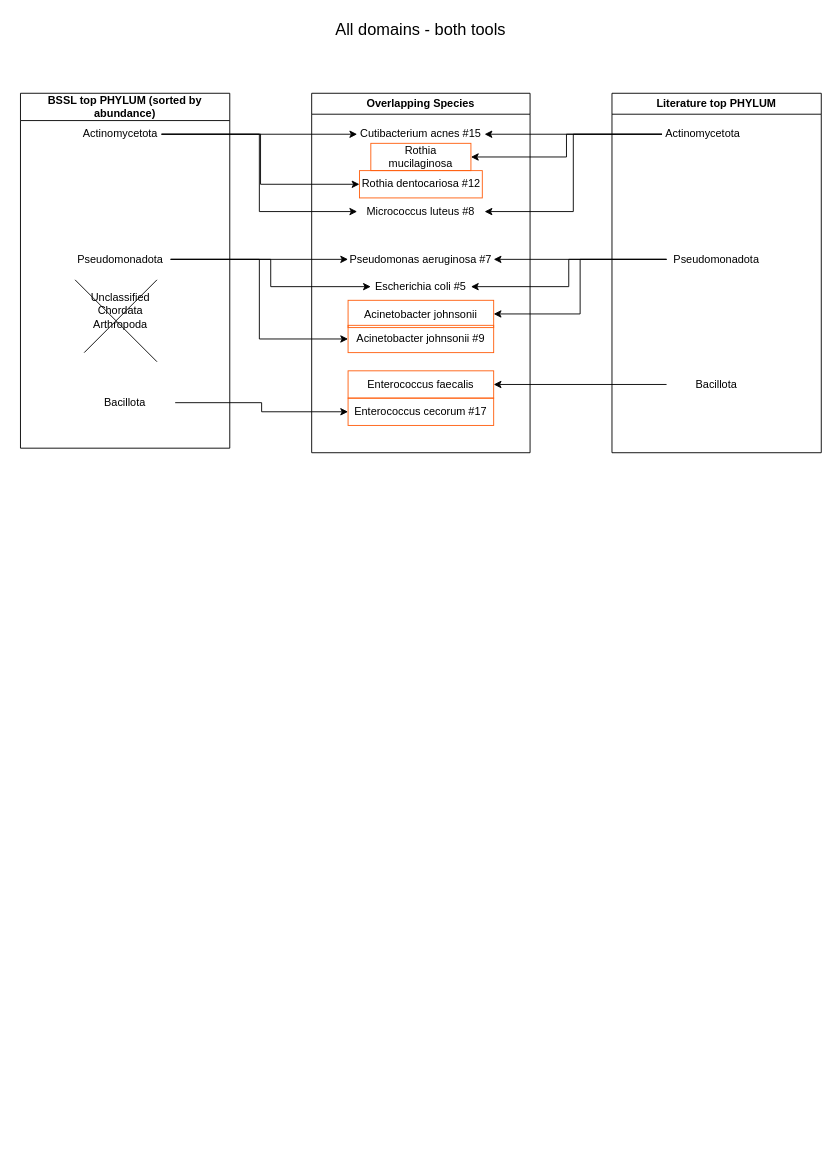
Earlier version of the draw.io diagram page "Page-4" (4 of 4) of mag_flowchart_analysis.drawio (IceGreb/diagrams). Source tidied: cells renumbered, new cells numbered last; positions are measured from the earlier drawing's top-left corner, leaving out a move shared by most shapes. Both pictures are drawn from the tidied source at 91%, with x=0, y=0 at pixel (20, 15).
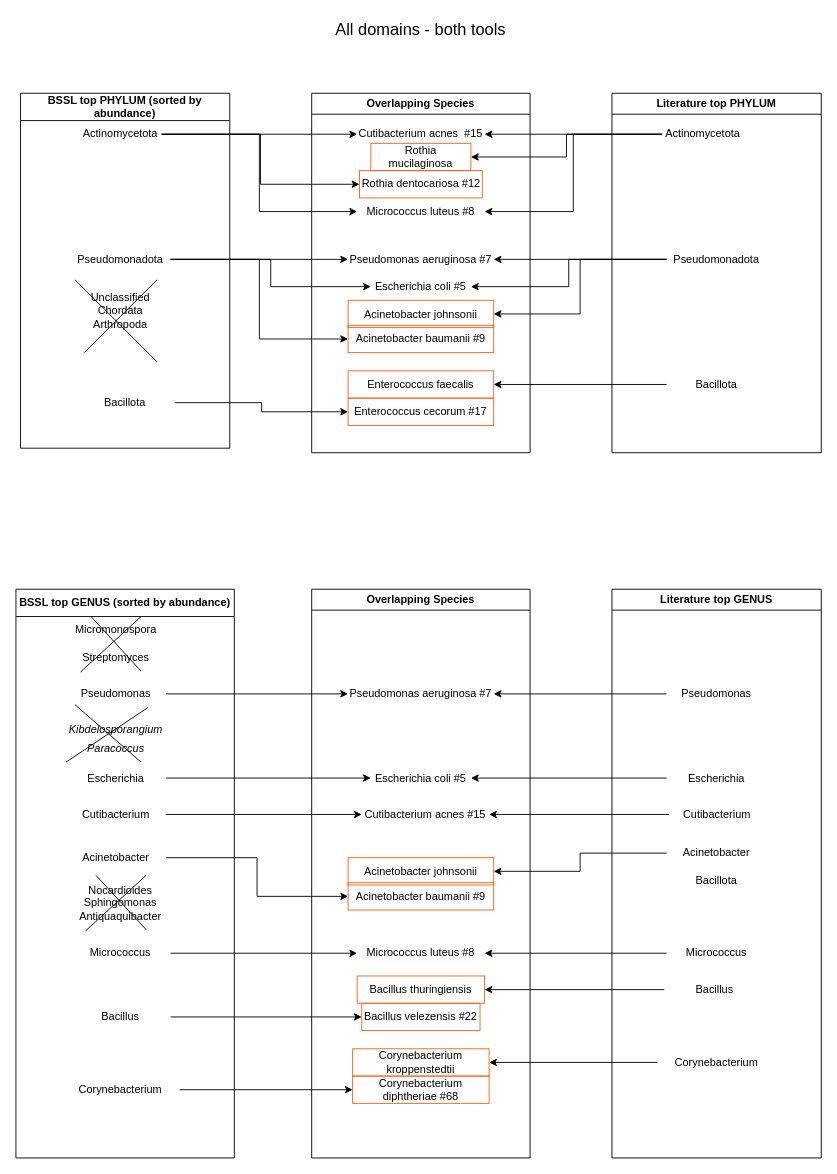
Above is the later version.

Unchanged cells that the change refers to:
```xml
<mxCell id="13" value="Overlapping Species" style="swimlane;whiteSpace=wrap;html=1;" parent="1" vertex="1">
  <mxGeometry x="320" y="85" width="240" height="395" as="geometry" />
</mxCell>
```

Change to the diagram source:
```diff
@@
-    <mxCell id="17" value="Cutibacterium acnes #15" style="text;html=1;whiteSpace=wrap;strokeColor=none;fillColor=none;align=center;verticalAlign=middle;rounded=0;" parent="13" vertex="1">
+    <mxCell id="17" value="Cutibacterium acnes&amp;nbsp; #15" style="text;html=1;whiteSpace=wrap;strokeColor=none;fillColor=none;align=center;verticalAlign=middle;rounded=0;" parent="13" vertex="1">
       <mxGeometry x="50" y="30" width="140" height="30" as="geometry" />
     </mxCell>
@@
-    <mxCell id="21" value="Acinetobacter johnsonii #9" style="text;html=1;whiteSpace=wrap;strokeColor=#FF5F0F;fillColor=none;align=center;verticalAlign=middle;rounded=0;" parent="13" vertex="1">
+    <mxCell id="21" value="Acinetobacter baumanii #9" style="text;html=1;whiteSpace=wrap;strokeColor=#FF5F0F;fillColor=none;align=center;verticalAlign=middle;rounded=0;" parent="13" vertex="1">
       <mxGeometry x="40" y="255" width="160" height="30" as="geometry" />
     </mxCell>
@@
+    <mxCell id="39" value="BSSL top GENUS (sorted by abundance)" style="swimlane;whiteSpace=wrap;html=1;startSize=30;" parent="1" vertex="1">
+      <mxGeometry x="-5" y="630" width="240" height="625" as="geometry" />
+    </mxCell>
+    <mxCell id="40" value="Micromonospora" style="text;html=1;whiteSpace=wrap;strokeColor=none;fillColor=none;align=center;verticalAlign=middle;rounded=0;" parent="39" vertex="1">
+      <mxGeometry x="65" y="30" width="90" height="30" as="geometry" />
+    </mxCell>
+    <mxCell id="41" value="Pseudomonas" style="text;html=1;whiteSpace=wrap;strokeColor=none;fillColor=none;align=center;verticalAlign=middle;rounded=0;" parent="39" vertex="1">
+      <mxGeometry x="55" y="100" width="110" height="30" as="geometry" />
+    </mxCell>
+    <mxCell id="42" value="Micrococcus" style="text;html=1;whiteSpace=wrap;strokeColor=none;fillColor=none;align=center;verticalAlign=middle;rounded=0;" parent="39" vertex="1">
+      <mxGeometry x="60" y="385" width="110" height="30" as="geometry" />
+    </mxCell>
+    <mxCell id="43" value="&lt;div&gt;Nocardioides&lt;/div&gt;&lt;div&gt;Sphingomonas&lt;/div&gt;&lt;div&gt;Antiquaquibacter&lt;/div&gt;" style="text;html=1;whiteSpace=wrap;strokeColor=none;fillColor=none;align=center;verticalAlign=middle;rounded=0;" parent="39" vertex="1">
+      <mxGeometry x="55" y="320" width="120" height="50" as="geometry" />
+    </mxCell>
+    <mxCell id="44" style="endArrow=none;html=1;rounded=0;exitX=0;exitY=1;exitDx=0;exitDy=0;" parent="39" edge="1" source="50">
+      <mxGeometry relative="1" as="geometry">
+        <mxPoint x="145" y="130" as="targetPoint" />
+      </mxGeometry>
+    </mxCell>
+    <mxCell id="45" style="endArrow=none;html=1;rounded=0;exitX=0.75;exitY=1;exitDx=0;exitDy=0;" parent="39" edge="1" source="50">
+      <mxGeometry relative="1" as="geometry">
+        <mxPoint x="65" y="127" as="targetPoint" />
+      </mxGeometry>
+    </mxCell>
+    <mxCell id="46" style="endArrow=none;html=1;rounded=0;exitX=0.145;exitY=1.033;exitDx=0;exitDy=0;exitPerimeter=0;" parent="39" edge="1" source="48">
+      <mxGeometry relative="1" as="geometry">
+        <mxPoint x="137.5" y="30" as="targetPoint" />
+      </mxGeometry>
+    </mxCell>
+    <mxCell id="47" style="endArrow=none;html=1;rounded=0;exitX=0.75;exitY=1;exitDx=0;exitDy=0;" parent="39" edge="1" source="48">
+      <mxGeometry relative="1" as="geometry">
+        <mxPoint x="82.5" y="30" as="targetPoint" />
+      </mxGeometry>
+    </mxCell>
+    <mxCell id="48" value="Streptomyces" style="text;html=1;whiteSpace=wrap;strokeColor=none;fillColor=none;align=center;verticalAlign=middle;rounded=0;" parent="39" vertex="1">
+      <mxGeometry x="55" y="60" width="110" height="30" as="geometry" />
+    </mxCell>
+    <mxCell id="49" value="&lt;i&gt;Kibdelosporangium&lt;/i&gt;" style="text;html=1;whiteSpace=wrap;strokeColor=none;fillColor=none;align=center;verticalAlign=middle;rounded=0;" parent="39" vertex="1">
+      <mxGeometry x="55" y="140" width="110" height="30" as="geometry" />
+    </mxCell>
+    <mxCell id="50" value="&lt;i&gt;Paracoccus&lt;/i&gt;" style="text;html=1;whiteSpace=wrap;strokeColor=none;fillColor=none;align=center;verticalAlign=middle;rounded=0;" parent="39" vertex="1">
+      <mxGeometry x="55" y="160" width="110" height="30" as="geometry" />
+    </mxCell>
+    <mxCell id="51" value="Escherichia" style="text;html=1;whiteSpace=wrap;strokeColor=none;fillColor=none;align=center;verticalAlign=middle;rounded=0;" parent="39" vertex="1">
+      <mxGeometry x="55" y="192.5" width="110" height="30" as="geometry" />
+    </mxCell>
+    <mxCell id="52" value="Cutibacterium" style="text;html=1;whiteSpace=wrap;strokeColor=none;fillColor=none;align=center;verticalAlign=middle;rounded=0;" parent="39" vertex="1">
+      <mxGeometry x="55" y="232.5" width="110" height="30" as="geometry" />
+    </mxCell>
+    <mxCell id="53" value="Acinetobacter" style="text;html=1;whiteSpace=wrap;strokeColor=none;fillColor=none;align=center;verticalAlign=middle;rounded=0;" parent="39" vertex="1">
+      <mxGeometry x="55" y="280" width="110" height="30" as="geometry" />
+    </mxCell>
+    <mxCell id="54" style="endArrow=none;html=1;rounded=0;exitX=0.75;exitY=1;exitDx=0;exitDy=0;" parent="39" edge="1">
+      <mxGeometry relative="1" as="geometry">
+        <mxPoint x="143.5" y="374.5" as="sourcePoint" />
+        <mxPoint x="88" y="314.5" as="targetPoint" />
+      </mxGeometry>
+    </mxCell>
+    <mxCell id="55" style="endArrow=none;html=1;rounded=0;exitX=0.145;exitY=1.033;exitDx=0;exitDy=0;exitPerimeter=0;" parent="39" edge="1">
+      <mxGeometry relative="1" as="geometry">
+        <mxPoint x="76.5" y="375.5" as="sourcePoint" />
+        <mxPoint x="143" y="314.5" as="targetPoint" />
+      </mxGeometry>
+    </mxCell>
+    <mxCell id="56" value="Bacillus" style="text;html=1;whiteSpace=wrap;strokeColor=none;fillColor=none;align=center;verticalAlign=middle;rounded=0;" parent="39" vertex="1">
+      <mxGeometry x="60" y="455" width="110" height="30" as="geometry" />
+    </mxCell>
+    <mxCell id="57" value="Corynebacterium" style="text;html=1;whiteSpace=wrap;strokeColor=none;fillColor=none;align=center;verticalAlign=middle;rounded=0;" parent="39" vertex="1">
+      <mxGeometry x="50" y="535" width="130" height="30" as="geometry" />
+    </mxCell>
+    <mxCell id="58" value="Overlapping Species" style="swimlane;whiteSpace=wrap;html=1;" parent="1" vertex="1">
+      <mxGeometry x="320" y="630" width="240" height="625" as="geometry" />
+    </mxCell>
+    <mxCell id="59" value="Pseudomonas aeruginosa #7" style="text;html=1;whiteSpace=wrap;strokeColor=none;fillColor=none;align=center;verticalAlign=middle;rounded=0;" parent="58" vertex="1">
+      <mxGeometry x="40" y="100" width="160" height="30" as="geometry" />
+    </mxCell>
+    <mxCell id="60" value="Escherichia coli #5" style="text;html=1;whiteSpace=wrap;strokeColor=none;fillColor=none;align=center;verticalAlign=middle;rounded=0;" parent="58" vertex="1">
+      <mxGeometry x="65" y="192.5" width="110" height="30" as="geometry" />
+    </mxCell>
+    <mxCell id="61" value="Acinetobacter johnsonii" style="text;html=1;whiteSpace=wrap;strokeColor=#FF5F0F;fillColor=none;align=center;verticalAlign=middle;rounded=0;" parent="58" vertex="1">
+      <mxGeometry x="40" y="295" width="160" height="30" as="geometry" />
+    </mxCell>
+    <mxCell id="62" value="Acinetobacter baumanii #9" style="text;html=1;whiteSpace=wrap;strokeColor=#FF5F0F;fillColor=none;align=center;verticalAlign=middle;rounded=0;" parent="58" vertex="1">
+      <mxGeometry x="40" y="322.5" width="160" height="30" as="geometry" />
+    </mxCell>
+    <mxCell id="63" value="Cutibacterium acnes #15" style="text;html=1;whiteSpace=wrap;strokeColor=none;fillColor=none;align=center;verticalAlign=middle;rounded=0;" parent="58" vertex="1">
+      <mxGeometry x="55" y="232.5" width="140" height="30" as="geometry" />
+    </mxCell>
+    <mxCell id="64" value="Micrococcus luteus #8" style="text;html=1;whiteSpace=wrap;strokeColor=none;fillColor=none;align=center;verticalAlign=middle;rounded=0;" parent="58" vertex="1">
+      <mxGeometry x="50" y="385" width="140" height="30" as="geometry" />
+    </mxCell>
+    <mxCell id="65" value="Bacillus thuringiensis" style="text;html=1;whiteSpace=wrap;strokeColor=#FF5F0F;fillColor=none;align=center;verticalAlign=middle;rounded=0;" parent="58" vertex="1">
+      <mxGeometry x="50" y="425" width="140" height="30" as="geometry" />
+    </mxCell>
+    <mxCell id="66" value="Bacillus velezensis #22" style="text;html=1;whiteSpace=wrap;strokeColor=#FF5F0F;fillColor=none;align=center;verticalAlign=middle;rounded=0;" parent="58" vertex="1">
+      <mxGeometry x="55" y="455" width="130" height="30" as="geometry" />
+    </mxCell>
+    <mxCell id="67" value="Corynebacterium kroppenstedtii" style="text;html=1;whiteSpace=wrap;strokeColor=#FF5F0F;fillColor=none;align=center;verticalAlign=middle;rounded=0;" parent="58" vertex="1">
+      <mxGeometry x="45" y="505" width="150" height="30" as="geometry" />
+    </mxCell>
+    <mxCell id="68" value="Corynebacterium diphtheriae #68" style="text;html=1;whiteSpace=wrap;strokeColor=#FF5F0F;fillColor=none;align=center;verticalAlign=middle;rounded=0;" parent="58" vertex="1">
+      <mxGeometry x="45" y="535" width="150" height="30" as="geometry" />
+    </mxCell>
+    <mxCell id="69" value="Literature top GENUS" style="swimlane;whiteSpace=wrap;html=1;" parent="1" vertex="1">
+      <mxGeometry x="650" y="630" width="230" height="625" as="geometry" />
+    </mxCell>
+    <mxCell id="70" value="Pseudomonas" style="text;html=1;whiteSpace=wrap;strokeColor=none;fillColor=none;align=center;verticalAlign=middle;rounded=0;" parent="69" vertex="1">
+      <mxGeometry x="60" y="100" width="110" height="30" as="geometry" />
+    </mxCell>
+    <mxCell id="71" value="Bacillota" style="text;html=1;whiteSpace=wrap;strokeColor=none;fillColor=none;align=center;verticalAlign=middle;rounded=0;" parent="69" vertex="1">
+      <mxGeometry x="60" y="305" width="110" height="30" as="geometry" />
+    </mxCell>
+    <mxCell id="72" value="Escherichia" style="text;html=1;whiteSpace=wrap;strokeColor=none;fillColor=none;align=center;verticalAlign=middle;rounded=0;" parent="69" vertex="1">
+      <mxGeometry x="60" y="192.5" width="110" height="30" as="geometry" />
+    </mxCell>
+    <mxCell id="73" value="Cutibacterium" style="text;html=1;whiteSpace=wrap;strokeColor=none;fillColor=none;align=center;verticalAlign=middle;rounded=0;" parent="69" vertex="1">
+      <mxGeometry x="62.5" y="232.5" width="105" height="30" as="geometry" />
+    </mxCell>
+    <mxCell id="74" value="Acinetobacter" style="text;html=1;whiteSpace=wrap;strokeColor=none;fillColor=none;align=center;verticalAlign=middle;rounded=0;" parent="69" vertex="1">
+      <mxGeometry x="60" y="275" width="110" height="30" as="geometry" />
+    </mxCell>
+    <mxCell id="75" value="Micrococcus" style="text;html=1;whiteSpace=wrap;strokeColor=none;fillColor=none;align=center;verticalAlign=middle;rounded=0;" parent="69" vertex="1">
+      <mxGeometry x="60" y="385" width="110" height="30" as="geometry" />
+    </mxCell>
+    <mxCell id="76" value="Bacillus" style="text;html=1;whiteSpace=wrap;strokeColor=none;fillColor=none;align=center;verticalAlign=middle;rounded=0;" parent="69" vertex="1">
+      <mxGeometry x="57.5" y="425" width="110" height="30" as="geometry" />
+    </mxCell>
+    <mxCell id="77" value="Corynebacterium" style="text;html=1;whiteSpace=wrap;strokeColor=none;fillColor=none;align=center;verticalAlign=middle;rounded=0;" parent="69" vertex="1">
+      <mxGeometry x="50" y="505" width="130" height="30" as="geometry" />
+    </mxCell>
+    <mxCell id="78" style="edgeStyle=orthogonalEdgeStyle;rounded=0;jettySize=auto;html=1;" parent="1" edge="1" source="41" target="59">
+      <mxGeometry relative="1" as="geometry" />
+    </mxCell>
+    <mxCell id="79" style="edgeStyle=orthogonalEdgeStyle;rounded=0;jettySize=auto;html=1;" parent="1" edge="1" source="70" target="59">
+      <mxGeometry relative="1" as="geometry" />
+    </mxCell>
+    <mxCell id="80" style="edgeStyle=orthogonalEdgeStyle;rounded=0;jettySize=auto;html=1;entryX=0;entryY=0.5;entryDx=0;entryDy=0;" parent="1" edge="1" source="51" target="60">
+      <mxGeometry relative="1" as="geometry" />
+    </mxCell>
+    <mxCell id="81" style="edgeStyle=orthogonalEdgeStyle;rounded=0;jettySize=auto;html=1;entryX=1;entryY=0.5;entryDx=0;entryDy=0;" parent="1" edge="1" source="72" target="60">
+      <mxGeometry relative="1" as="geometry" />
+    </mxCell>
+    <mxCell id="82" style="edgeStyle=orthogonalEdgeStyle;rounded=0;jettySize=auto;html=1;exitX=1;exitY=0.5;exitDx=0;exitDy=0;" parent="1" edge="1" source="52" target="63">
+      <mxGeometry relative="1" as="geometry" />
+    </mxCell>
+    <mxCell id="83" style="edgeStyle=orthogonalEdgeStyle;rounded=0;jettySize=auto;html=1;entryX=1;entryY=0.5;entryDx=0;entryDy=0;" parent="1" edge="1" source="73" target="63">
+      <mxGeometry relative="1" as="geometry" />
+    </mxCell>
+    <mxCell id="84" style="edgeStyle=orthogonalEdgeStyle;rounded=0;jettySize=auto;html=1;entryX=0;entryY=0.5;entryDx=0;entryDy=0;" parent="1" edge="1" source="53" target="62">
+      <mxGeometry relative="1" as="geometry" />
+    </mxCell>
+    <mxCell id="85" style="edgeStyle=orthogonalEdgeStyle;rounded=0;jettySize=auto;html=1;entryX=1;entryY=0.5;entryDx=0;entryDy=0;" parent="1" edge="1" source="74" target="61">
+      <mxGeometry relative="1" as="geometry" />
+    </mxCell>
+    <mxCell id="86" style="edgeStyle=orthogonalEdgeStyle;rounded=0;jettySize=auto;html=1;" parent="1" edge="1" source="75" target="64">
+      <mxGeometry relative="1" as="geometry" />
+    </mxCell>
+    <mxCell id="87" style="edgeStyle=orthogonalEdgeStyle;rounded=0;jettySize=auto;html=1;" parent="1" edge="1" source="42" target="64">
+      <mxGeometry relative="1" as="geometry" />
+    </mxCell>
+    <mxCell id="88" style="edgeStyle=orthogonalEdgeStyle;rounded=0;jettySize=auto;html=1;" parent="1" edge="1" source="76" target="65">
+      <mxGeometry relative="1" as="geometry" />
+    </mxCell>
+    <mxCell id="89" style="edgeStyle=orthogonalEdgeStyle;rounded=0;jettySize=auto;html=1;entryX=0;entryY=0.5;entryDx=0;entryDy=0;" parent="1" edge="1" source="56" target="66">
+      <mxGeometry relative="1" as="geometry" />
+    </mxCell>
+    <mxCell id="90" style="edgeStyle=orthogonalEdgeStyle;rounded=0;jettySize=auto;html=1;" parent="1" edge="1" source="77" target="67">
+      <mxGeometry relative="1" as="geometry" />
+    </mxCell>
+    <mxCell id="91" style="edgeStyle=orthogonalEdgeStyle;rounded=0;jettySize=auto;html=1;entryX=0;entryY=0.5;entryDx=0;entryDy=0;" parent="1" edge="1" source="57" target="68">
+      <mxGeometry relative="1" as="geometry" />
+    </mxCell>
```
